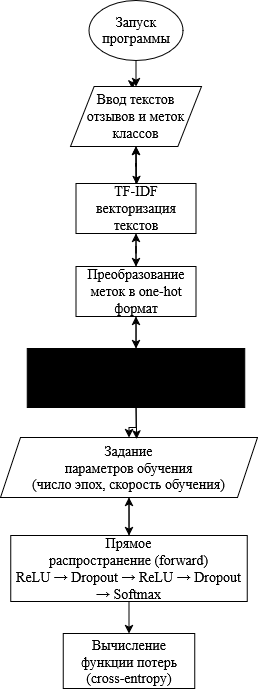
aieqow/tasks-11-12 keeps this draw.io diagram as Диаграмма без названия.drawio.png. Above is the earlier version. Source tidied: cells renumbered, new cells last; positions are measured from the earlier drawing's top-left corner, leaving out a move shared by most shapes. Source of this version:
```xml
<mxGraphModel background="light-dark(#FFFFFF,#FFF2F2)">
  <root>
    <mxCell id="0" />
    <mxCell id="1" parent="0" />
    <mxCell id="2" value="&lt;font face=&quot;Times New Roman&quot; style=&quot;font-size: 14px;&quot;&gt;&lt;span style=&quot;color: light-dark(rgb(0, 0, 0), rgb(0, 0, 0));&quot;&gt;Запуск программы&lt;/span&gt;&lt;/font&gt;" style="ellipse;whiteSpace=wrap;html=1;fillColor=light-dark(#FFFFFF,#FFFFFF);strokeColor=light-dark(#000000,#000000);" parent="1" vertex="1">
      <mxGeometry x="88.5" width="94" height="60" as="geometry" />
    </mxCell>
    <mxCell id="3" style="edgeStyle=orthogonalEdgeStyle;rounded=0;jettySize=auto;html=1;exitX=0.5;exitY=0;exitDx=0;exitDy=0;" parent="1" edge="1" source="4">
      <mxGeometry relative="1" as="geometry">
        <mxPoint x="131.8" y="88.4" as="targetPoint" />
      </mxGeometry>
    </mxCell>
    <mxCell id="4" value="&lt;font face=&quot;Times New Roman&quot; style=&quot;font-size: 14px;&quot;&gt;&lt;span style=&quot;color: light-dark(rgb(0, 0, 0), rgb(0, 0, 0));&quot;&gt;Ввод текстов отзывов и меток классов&lt;/span&gt;&lt;/font&gt;" style="shape=parallelogram;perimeter=parallelogramPerimeter;whiteSpace=wrap;html=1;fixedSize=1;size=23.60003662109375;fillColor=light-dark(#FFFFFF,#FFFFFF);strokeColor=light-dark(#000000,#000000);" parent="1" vertex="1">
      <mxGeometry x="70" y="86" width="131" height="60" as="geometry" />
    </mxCell>
    <mxCell id="5" style="endArrow=classic;html=1;rounded=0;exitX=0.5;exitY=1;exitDx=0;exitDy=0;entryX=0.5;entryY=0;entryDx=0;entryDy=0;strokeColor=light-dark(#000000,#000000);" parent="1" edge="1" source="2" target="4">
      <mxGeometry relative="1" as="geometry" />
    </mxCell>
    <mxCell id="6" style="edgeStyle=orthogonalEdgeStyle;rounded=0;jettySize=auto;html=1;" parent="1" edge="1" source="8" target="4">
      <mxGeometry relative="1" as="geometry" />
    </mxCell>
    <mxCell id="7" style="edgeStyle=orthogonalEdgeStyle;rounded=0;jettySize=auto;html=1;" parent="1" edge="1" source="8" target="4">
      <mxGeometry relative="1" as="geometry" />
    </mxCell>
    <mxCell id="8" value="&lt;font face=&quot;Times New Roman&quot; style=&quot;font-size: 14px;&quot;&gt;&lt;span style=&quot;color: light-dark(rgb(0, 0, 0), rgb(0, 0, 0));&quot;&gt;TF-IDF векторизация текстов&lt;/span&gt;&lt;/font&gt;" style="rounded=0;whiteSpace=wrap;html=1;strokeColor=light-dark(#000000,#000000);fillColor=light-dark(#FFFFFF,#FFFFFF);" parent="1" vertex="1">
      <mxGeometry x="75.5" y="183" width="120" height="50" as="geometry" />
    </mxCell>
    <mxCell id="9" style="endArrow=classic;html=1;rounded=0;strokeColor=light-dark(#000000,#000000);exitX=0.5;exitY=1;exitDx=0;exitDy=0;" parent="1" edge="1" source="4">
      <mxGeometry relative="1" as="geometry">
        <mxPoint x="136" y="184" as="targetPoint" />
      </mxGeometry>
    </mxCell>
    <mxCell id="10" style="edgeStyle=orthogonalEdgeStyle;rounded=0;jettySize=auto;html=1;" parent="1" edge="1" source="11" target="8">
      <mxGeometry relative="1" as="geometry" />
    </mxCell>
    <mxCell id="11" value="&lt;font face=&quot;Times New Roman&quot; style=&quot;font-size: 14px;&quot;&gt;&lt;span style=&quot;line-height: 107%; color: light-dark(rgb(0, 0, 0), rgb(0, 0, 0));&quot;&gt;Преобразование&lt;br&gt;меток в one-hot формат&lt;/span&gt;&lt;/font&gt;" style="rounded=0;whiteSpace=wrap;html=1;strokeColor=light-dark(#000000,#000000);fillColor=light-dark(#FFFFFF,#FFFFFF);" parent="1" vertex="1">
      <mxGeometry x="75.5" y="266" width="120" height="50" as="geometry" />
    </mxCell>
    <mxCell id="12" style="endArrow=classic;html=1;rounded=0;strokeColor=light-dark(#000000,#000000);exitX=0.5;exitY=1;exitDx=0;exitDy=0;entryX=0.5;entryY=0;entryDx=0;entryDy=0;" parent="1" edge="1" source="8" target="11">
      <mxGeometry relative="1" as="geometry" />
    </mxCell>
    <mxCell id="13" style="edgeStyle=orthogonalEdgeStyle;rounded=0;jettySize=auto;html=1;" parent="1" edge="1" source="15" target="11">
      <mxGeometry relative="1" as="geometry" />
    </mxCell>
    <mxCell id="14" style="edgeStyle=orthogonalEdgeStyle;rounded=0;jettySize=auto;html=1;" parent="1" edge="1" source="15" target="17">
      <mxGeometry relative="1" as="geometry" />
    </mxCell>
    <mxCell id="15" value="&lt;font style=&quot;font-size: 14px;&quot;&gt;&lt;span style=&quot;line-height: 107%; font-family: &amp;quot;Times New Roman&amp;quot;, serif; color: light-dark(rgb(0, 0, 0), rgb(0, 0, 0));&quot;&gt;Инициализация&lt;br&gt;нейронной сети&lt;br&gt;(input → 64 → 32 → 2, dropout)&lt;/span&gt;&lt;/font&gt;" style="rounded=0;whiteSpace=wrap;html=1;strokeColor=light-dark(#000000,#000000);fillColor=light-dark(#000000,#FFFFFF);" parent="1" vertex="1">
      <mxGeometry x="26.8" y="348" width="217.5" height="59" as="geometry" />
    </mxCell>
    <mxCell id="16" style="endArrow=classic;html=1;rounded=0;strokeColor=light-dark(#000000,#000000);exitX=0.5;exitY=1;exitDx=0;exitDy=0;entryX=0.5;entryY=0;entryDx=0;entryDy=0;" parent="1" edge="1" source="11" target="15">
      <mxGeometry relative="1" as="geometry" />
    </mxCell>
    <mxCell id="17" value="&lt;font style=&quot;font-size: 14px;&quot;&gt;&lt;span style=&quot;line-height: 107%; font-family: &amp;quot;Times New Roman&amp;quot;, serif; color: light-dark(rgb(0, 0, 0), rgb(0, 0, 0));&quot;&gt;Задание&lt;br&gt;параметров обучения&lt;br&gt;(число эпох, скорость обучения)&lt;/span&gt;&lt;/font&gt;" style="shape=parallelogram;perimeter=parallelogramPerimeter;whiteSpace=wrap;html=1;fixedSize=1;fillColor=light-dark(#FFFFFF,#FFFFFF);strokeColor=light-dark(#000000,#000000);" parent="1" vertex="1">
      <mxGeometry y="437" width="257" height="60" as="geometry" />
    </mxCell>
    <mxCell id="18" style="endArrow=classic;html=1;rounded=0;strokeColor=light-dark(#000000,#000000);exitX=0.5;exitY=1;exitDx=0;exitDy=0;entryX=0.53;entryY=0.023;entryDx=0;entryDy=0;entryPerimeter=0;" parent="1" edge="1" source="15" target="17">
      <mxGeometry relative="1" as="geometry" />
    </mxCell>
    <mxCell id="19" style="edgeStyle=orthogonalEdgeStyle;rounded=0;jettySize=auto;html=1;" parent="1" edge="1" source="20" target="17">
      <mxGeometry relative="1" as="geometry" />
    </mxCell>
    <mxCell id="20" value="&lt;font style=&quot;font-size: 14px;&quot;&gt;&lt;span style=&quot;line-height: 107%; font-family: &amp;quot;Times New Roman&amp;quot;, serif; color: light-dark(rgb(0, 0, 0), rgb(0, 0, 0));&quot;&gt;Прямое&lt;br&gt;распространение (forward)&lt;br&gt;ReLU → Dropout → ReLU → Dropout → Softmax&lt;/span&gt;&lt;/font&gt;" style="rounded=0;whiteSpace=wrap;html=1;fillColor=light-dark(#FFFFFF,#FFFFFF);strokeColor=light-dark(#000000,#000000);" parent="1" vertex="1">
      <mxGeometry x="10.2" y="535" width="236.5" height="66" as="geometry" />
    </mxCell>
    <mxCell id="21" style="endArrow=classic;html=1;rounded=0;strokeColor=light-dark(#000000,#000000);exitX=0.5;exitY=1;exitDx=0;exitDy=0;entryX=0.5;entryY=0;entryDx=0;entryDy=0;" parent="1" edge="1" source="17" target="20">
      <mxGeometry relative="1" as="geometry" />
    </mxCell>
    <mxCell id="22" value="&lt;font style=&quot;color: light-dark(rgb(0, 0, 0), rgb(0, 0, 0)); font-size: 14px;&quot;&gt;&lt;span style=&quot;line-height: 107%; font-family: &amp;quot;Times New Roman&amp;quot;, serif;&quot;&gt;Вычисление&lt;br&gt;функции потерь&lt;br&gt;(cross-entropy)&lt;/span&gt;&lt;/font&gt;" style="rounded=0;whiteSpace=wrap;html=1;fillColor=light-dark(#FFFFFF,#FFFFFF);strokeColor=light-dark(#000000,#000000);" parent="1" vertex="1">
      <mxGeometry x="62.8" y="633" width="131.5" height="55" as="geometry" />
    </mxCell>
    <mxCell id="23" style="endArrow=classic;html=1;rounded=0;strokeColor=light-dark(#000000,#000000);exitX=0.5;exitY=1;exitDx=0;exitDy=0;entryX=0.5;entryY=0;entryDx=0;entryDy=0;" parent="1" edge="1" source="20" target="22">
      <mxGeometry relative="1" as="geometry" />
    </mxCell>
  </root>
</mxGraphModel>
```
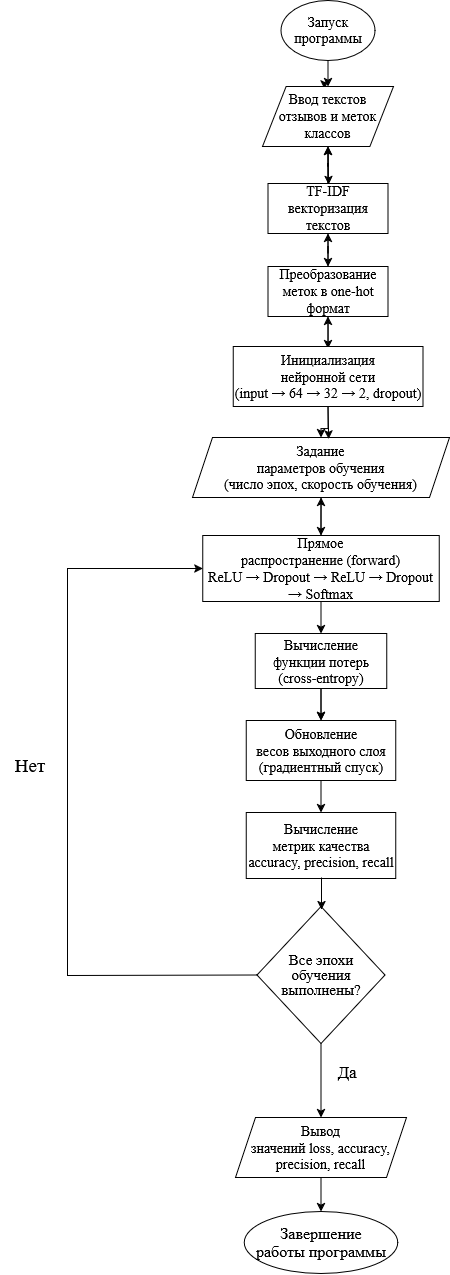
Above is the later version.

What changed in the source:
```diff
@@ -39,23 +39,28 @@
     <mxCell id="12" style="endArrow=classic;html=1;rounded=0;strokeColor=light-dark(#000000,#000000);exitX=0.5;exitY=1;exitDx=0;exitDy=0;entryX=0.5;entryY=0;entryDx=0;entryDy=0;" parent="1" edge="1" source="8" target="11">
       <mxGeometry relative="1" as="geometry" />
     </mxCell>
-    <mxCell id="13" style="edgeStyle=orthogonalEdgeStyle;rounded=0;jettySize=auto;html=1;" parent="1" edge="1" source="15" target="11">
-      <mxGeometry relative="1" as="geometry" />
+    <mxCell id="13" style="edgeStyle=orthogonalEdgeStyle;rounded=0;jettySize=auto;html=1;" parent="1" edge="1" target="11">
+      <mxGeometry relative="1" as="geometry">
+        <mxPoint x="135.6" y="348" as="sourcePoint" />
+      </mxGeometry>
     </mxCell>
-    <mxCell id="14" style="edgeStyle=orthogonalEdgeStyle;rounded=0;jettySize=auto;html=1;" parent="1" edge="1" source="15" target="17">
-      <mxGeometry relative="1" as="geometry" />
+    <mxCell id="14" style="edgeStyle=orthogonalEdgeStyle;rounded=0;jettySize=auto;html=1;" parent="1" edge="1" target="17">
+      <mxGeometry relative="1" as="geometry">
+        <mxPoint x="135.6" y="407" as="sourcePoint" />
+      </mxGeometry>
     </mxCell>
-    <mxCell id="15" value="&lt;font style=&quot;font-size: 14px;&quot;&gt;&lt;span style=&quot;line-height: 107%; font-family: &amp;quot;Times New Roman&amp;quot;, serif; color: light-dark(rgb(0, 0, 0), rgb(0, 0, 0));&quot;&gt;Инициализация&lt;br&gt;нейронной сети&lt;br&gt;(input → 64 → 32 → 2, dropout)&lt;/span&gt;&lt;/font&gt;" style="rounded=0;whiteSpace=wrap;html=1;strokeColor=light-dark(#000000,#000000);fillColor=light-dark(#000000,#FFFFFF);" parent="1" vertex="1">
-      <mxGeometry x="26.8" y="348" width="217.5" height="59" as="geometry" />
-    </mxCell>
-    <mxCell id="16" style="endArrow=classic;html=1;rounded=0;strokeColor=light-dark(#000000,#000000);exitX=0.5;exitY=1;exitDx=0;exitDy=0;entryX=0.5;entryY=0;entryDx=0;entryDy=0;" parent="1" edge="1" source="11" target="15">
-      <mxGeometry relative="1" as="geometry" />
+    <mxCell id="16" style="endArrow=classic;html=1;rounded=0;strokeColor=light-dark(#000000,#000000);exitX=0.5;exitY=1;exitDx=0;exitDy=0;entryX=0.5;entryY=0;entryDx=0;entryDy=0;" parent="1" edge="1" source="11">
+      <mxGeometry relative="1" as="geometry">
+        <mxPoint x="135.5" y="348" as="targetPoint" />
+      </mxGeometry>
     </mxCell>
     <mxCell id="17" value="&lt;font style=&quot;font-size: 14px;&quot;&gt;&lt;span style=&quot;line-height: 107%; font-family: &amp;quot;Times New Roman&amp;quot;, serif; color: light-dark(rgb(0, 0, 0), rgb(0, 0, 0));&quot;&gt;Задание&lt;br&gt;параметров обучения&lt;br&gt;(число эпох, скорость обучения)&lt;/span&gt;&lt;/font&gt;" style="shape=parallelogram;perimeter=parallelogramPerimeter;whiteSpace=wrap;html=1;fixedSize=1;fillColor=light-dark(#FFFFFF,#FFFFFF);strokeColor=light-dark(#000000,#000000);" parent="1" vertex="1">
       <mxGeometry y="437" width="257" height="60" as="geometry" />
     </mxCell>
-    <mxCell id="18" style="endArrow=classic;html=1;rounded=0;strokeColor=light-dark(#000000,#000000);exitX=0.5;exitY=1;exitDx=0;exitDy=0;entryX=0.53;entryY=0.023;entryDx=0;entryDy=0;entryPerimeter=0;" parent="1" edge="1" source="15" target="17">
-      <mxGeometry relative="1" as="geometry" />
+    <mxCell id="18" style="endArrow=classic;html=1;rounded=0;strokeColor=light-dark(#000000,#000000);exitX=0.5;exitY=1;exitDx=0;exitDy=0;entryX=0.53;entryY=0.023;entryDx=0;entryDy=0;entryPerimeter=0;" parent="1" edge="1" target="17">
+      <mxGeometry relative="1" as="geometry">
+        <mxPoint x="135.5" y="407" as="sourcePoint" />
+      </mxGeometry>
     </mxCell>
     <mxCell id="19" style="edgeStyle=orthogonalEdgeStyle;rounded=0;jettySize=auto;html=1;" parent="1" edge="1" source="20" target="17">
       <mxGeometry relative="1" as="geometry" />
@@ -66,11 +71,64 @@
     <mxCell id="21" style="endArrow=classic;html=1;rounded=0;strokeColor=light-dark(#000000,#000000);exitX=0.5;exitY=1;exitDx=0;exitDy=0;entryX=0.5;entryY=0;entryDx=0;entryDy=0;" parent="1" edge="1" source="17" target="20">
       <mxGeometry relative="1" as="geometry" />
     </mxCell>
+    <mxCell id="24" style="edgeStyle=orthogonalEdgeStyle;rounded=0;jettySize=auto;html=1;" parent="1" edge="1" source="22" target="25">
+      <mxGeometry relative="1" as="geometry" />
+    </mxCell>
     <mxCell id="22" value="&lt;font style=&quot;color: light-dark(rgb(0, 0, 0), rgb(0, 0, 0)); font-size: 14px;&quot;&gt;&lt;span style=&quot;line-height: 107%; font-family: &amp;quot;Times New Roman&amp;quot;, serif;&quot;&gt;Вычисление&lt;br&gt;функции потерь&lt;br&gt;(cross-entropy)&lt;/span&gt;&lt;/font&gt;" style="rounded=0;whiteSpace=wrap;html=1;fillColor=light-dark(#FFFFFF,#FFFFFF);strokeColor=light-dark(#000000,#000000);" parent="1" vertex="1">
       <mxGeometry x="62.8" y="633" width="131.5" height="55" as="geometry" />
     </mxCell>
     <mxCell id="23" style="endArrow=classic;html=1;rounded=0;strokeColor=light-dark(#000000,#000000);exitX=0.5;exitY=1;exitDx=0;exitDy=0;entryX=0.5;entryY=0;entryDx=0;entryDy=0;" parent="1" edge="1" source="20" target="22">
       <mxGeometry relative="1" as="geometry" />
     </mxCell>
+    <mxCell id="25" value="&lt;font style=&quot;font-size: 14px;&quot;&gt;&lt;span style=&quot;line-height: 107%; font-family: &amp;quot;Times New Roman&amp;quot;, serif; color: light-dark(rgb(0, 0, 0), rgb(0, 0, 0));&quot;&gt;Обновление&lt;br&gt;весов выходного слоя&lt;br&gt;(градиентный спуск)&lt;/span&gt;&lt;/font&gt;" style="rounded=0;whiteSpace=wrap;html=1;fillColor=light-dark(#FFFFFF,#FFFFFF);strokeColor=light-dark(#000000,#000000);" parent="1" vertex="1">
+      <mxGeometry x="53.8" y="720" width="149.5" height="60" as="geometry" />
+    </mxCell>
+    <mxCell id="26" style="endArrow=classic;html=1;rounded=0;strokeColor=light-dark(#000000,#000000);exitX=0.5;exitY=1;exitDx=0;exitDy=0;entryX=0.5;entryY=0;entryDx=0;entryDy=0;" parent="1" edge="1" source="22" target="25">
+      <mxGeometry relative="1" as="geometry" />
+    </mxCell>
+    <mxCell id="27" value="&lt;font style=&quot;font-size: 14px;&quot;&gt;&lt;span style=&quot;line-height: 107%; font-family: &amp;quot;Times New Roman&amp;quot;, serif; color: light-dark(rgb(0, 0, 0), rgb(0, 0, 0));&quot;&gt;Вычисление&lt;br&gt;метрик качества&lt;br&gt;accuracy, precision, recall&lt;/span&gt;&lt;/font&gt;" style="rounded=0;whiteSpace=wrap;html=1;strokeColor=light-dark(#000000,#000000);fillColor=light-dark(#FFFFFF,#FFFFFF);" parent="1" vertex="1">
+      <mxGeometry x="53.8" y="812" width="149.5" height="66" as="geometry" />
+    </mxCell>
+    <mxCell id="28" style="endArrow=classic;html=1;rounded=0;strokeColor=light-dark(#000000,#000000);exitX=0.5;exitY=1;exitDx=0;exitDy=0;entryX=0.5;entryY=0;entryDx=0;entryDy=0;" parent="1" edge="1" source="25" target="27">
+      <mxGeometry relative="1" as="geometry" />
+    </mxCell>
+    <mxCell id="29" value="&lt;div style=&quot;line-height: 100%;&quot;&gt;&lt;font style=&quot;font-size: 15px;&quot;&gt;&lt;span style=&quot;font-family: &amp;quot;Times New Roman&amp;quot;, serif; color: light-dark(rgb(0, 0, 0), rgb(0, 0, 0)); line-height: 100%;&quot;&gt;Все эпохи&lt;br&gt;обучения выполнены?&lt;/span&gt;&lt;/font&gt;&lt;/div&gt;" style="rhombus;whiteSpace=wrap;html=1;fillColor=light-dark(#FFFFFF,#FFFFFF);strokeColor=light-dark(#000000,#000000);" parent="1" vertex="1">
+      <mxGeometry x="64.5" y="906" width="128" height="137" as="geometry" />
+    </mxCell>
+    <mxCell id="30" style="endArrow=classic;html=1;rounded=0;exitX=0;exitY=0.5;exitDx=0;exitDy=0;entryX=0;entryY=0.5;entryDx=0;entryDy=0;strokeColor=light-dark(#000000,#000000);" parent="1" edge="1" source="29" target="20">
+      <mxGeometry relative="1" as="geometry">
+        <Array as="points">
+          <mxPoint x="-125" y="975" />
+          <mxPoint x="-125" y="568" />
+        </Array>
+      </mxGeometry>
+    </mxCell>
+    <mxCell id="31" value="&lt;span style=&quot;color: light-dark(rgb(0, 0, 0), rgb(0, 0, 0));&quot;&gt;&lt;font face=&quot;Times New Roman&quot; style=&quot;font-size: 19px;&quot;&gt;Нет&lt;/font&gt;&lt;/span&gt;" style="text;html=1;whiteSpace=wrap;strokeColor=none;fillColor=none;align=center;verticalAlign=middle;rounded=0;" parent="1" vertex="1">
+      <mxGeometry x="-192" y="750" width="60" height="30" as="geometry" />
+    </mxCell>
+    <mxCell id="32" value="&lt;font style=&quot;font-size: 14px;&quot;&gt;&lt;span style=&quot;line-height: 107%; font-family: &amp;quot;Times New Roman&amp;quot;, serif; color: light-dark(rgb(0, 0, 0), rgb(0, 0, 0));&quot;&gt;Вывод&lt;br/&gt;значений loss, accuracy, precision, recall&lt;/span&gt;&lt;/font&gt;" style="shape=parallelogram;perimeter=parallelogramPerimeter;whiteSpace=wrap;html=1;fixedSize=1;fillColor=light-dark(#FFFFFF,#FFFFFF);strokeColor=light-dark(#000000,#000000);" parent="1" vertex="1">
+      <mxGeometry x="43" y="1117" width="171" height="60" as="geometry" />
+    </mxCell>
+    <mxCell id="33" style="endArrow=classic;html=1;rounded=0;exitX=0.5;exitY=1;exitDx=0;exitDy=0;strokeColor=light-dark(#000000,#000000);" parent="1" edge="1" source="29" target="32">
+      <mxGeometry relative="1" as="geometry" />
+    </mxCell>
+    <mxCell id="34" value="&lt;span style=&quot;font-size: 12pt; line-height: 107%; font-family: &amp;quot;Times New Roman&amp;quot;, serif; color: light-dark(rgb(0, 0, 0), rgb(0, 0, 0));&quot;&gt;Завершение&lt;br/&gt;работы программы&lt;/span&gt;" style="ellipse;whiteSpace=wrap;html=1;strokeColor=light-dark(#000000,#000000);fillColor=light-dark(#FFFFFF,#FFFFFF);" parent="1" vertex="1">
+      <mxGeometry x="51.8" y="1211" width="153.5" height="62" as="geometry" />
+    </mxCell>
+    <mxCell id="35" value="&lt;font face=&quot;Times New Roman&quot; style=&quot;font-size: 17px; color: light-dark(rgb(0, 0, 0), rgb(0, 0, 0));&quot;&gt;Да&lt;/font&gt;" style="text;html=1;whiteSpace=wrap;strokeColor=none;fillColor=none;align=center;verticalAlign=middle;rounded=0;" parent="1" vertex="1">
+      <mxGeometry x="125" y="1057" width="60" height="30" as="geometry" />
+    </mxCell>
+    <mxCell id="36" style="endArrow=classic;html=1;rounded=0;strokeColor=light-dark(#000000,#000000);exitX=0.5;exitY=1;exitDx=0;exitDy=0;entryX=0.5;entryY=0;entryDx=0;entryDy=0;" parent="1" edge="1" source="32" target="34">
+      <mxGeometry relative="1" as="geometry" />
+    </mxCell>
+    <mxCell id="37" style="endArrow=classic;html=1;rounded=0;strokeColor=light-dark(#000000,#000000);exitX=0.5;exitY=1;exitDx=0;exitDy=0;entryX=0.5;entryY=0;entryDx=0;entryDy=0;" parent="1" edge="1">
+      <mxGeometry relative="1" as="geometry">
+        <mxPoint x="129" y="877" as="sourcePoint" />
+        <mxPoint x="129" y="909" as="targetPoint" />
+      </mxGeometry>
+    </mxCell>
+    <mxCell id="15" value="&lt;font style=&quot;font-size: 14px;&quot;&gt;&lt;span style=&quot;line-height: 107%; font-family: &amp;quot;Times New Roman&amp;quot;, serif; color: light-dark(rgb(0, 0, 0), rgb(0, 0, 0));&quot;&gt;Инициализация&lt;br&gt;нейронной сети&lt;br&gt;(input → 64 → 32 → 2, dropout)&lt;/span&gt;&lt;/font&gt;" style="rounded=0;whiteSpace=wrap;html=1;fillColor=light-dark(#FFFFFF,#FFFFFF);strokeColor=light-dark(#000000,#000000);" parent="1" vertex="1">
+      <mxGeometry x="40.6" y="346" width="189.8" height="60" as="geometry" />
+    </mxCell>
   </root>
 </mxGraphModel>
```
